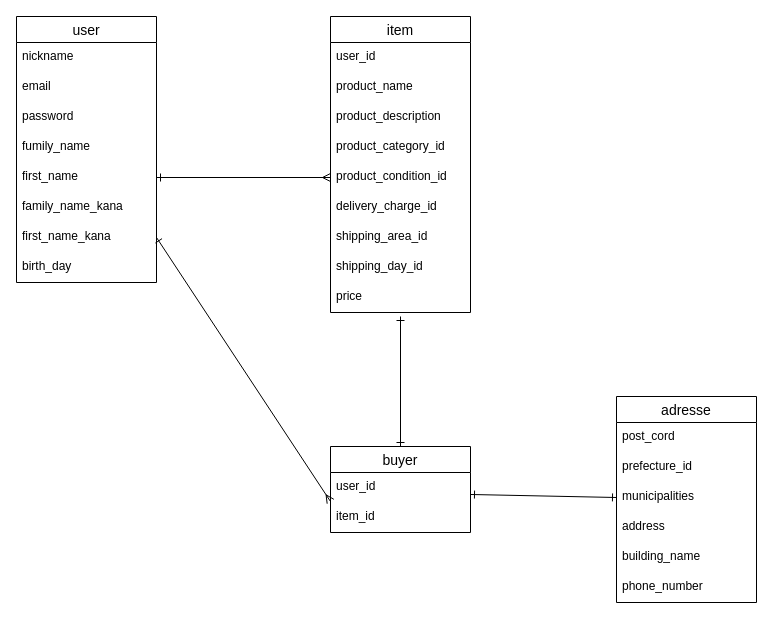
The draw.io diagram test.dio in tetsupon/furima-40328, before the edit. Source tidied: cells renumbered, new cells numbered last; positions are measured from the earlier drawing's top-left corner, leaving out a move shared by most shapes. Both pictures are drawn from the tidied source at 100%, with x=0, y=0 at pixel (16, 16).
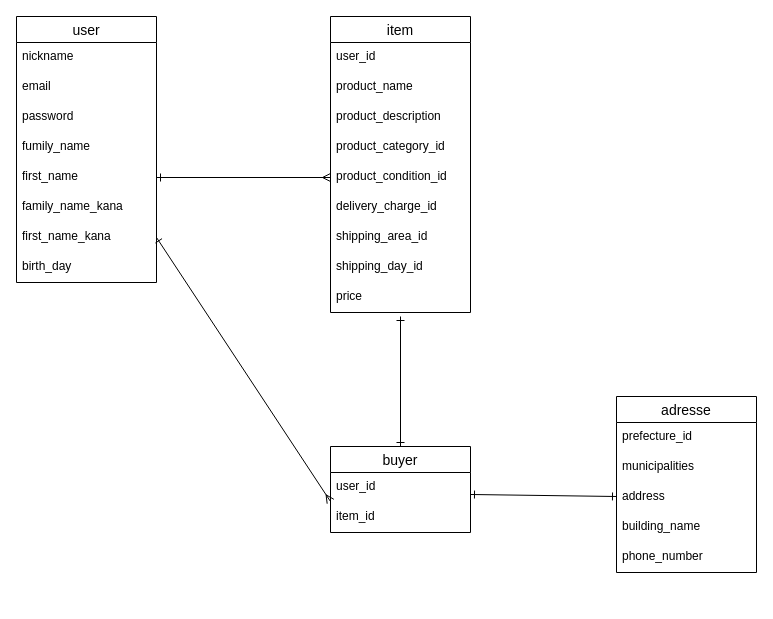
The same page after the edit.

Commit message (it also covers changes not shown here):
ER図・README修正

The change refers to these unchanged cells:
```xml
<mxCell id="23" value="user_id" style="text;strokeColor=none;fillColor=none;spacingLeft=4;spacingRight=4;overflow=hidden;points=[[0,0.5],[1,0.5]];portConstraint=eastwest;fontSize=12;" parent="22" vertex="1">
  <mxGeometry y="26" width="140" height="30" as="geometry" />
</mxCell>
```

The edit, as a diff of the source:
```diff
@@
     <mxCell id="25" value="adresse" style="swimlane;fontStyle=0;horizontal=1;startSize=26;align=center;fontSize=14;" parent="1" vertex="1">
-      <mxGeometry x="600" y="380" width="140" height="206" as="geometry" />
+      <mxGeometry x="600" y="380" width="140" height="176" as="geometry" />
     </mxCell>
-    <mxCell id="26" value="post_cord" style="text;strokeColor=none;fillColor=none;spacingLeft=4;spacingRight=4;overflow=hidden;fontSize=12;" parent="25" vertex="1">
-      <mxGeometry y="26" width="140" height="30" as="geometry" />
-    </mxCell>
     <mxCell id="27" value="prefecture_id" style="text;strokeColor=none;fillColor=none;spacingLeft=4;spacingRight=4;overflow=hidden;fontSize=12;" parent="25" vertex="1">
-      <mxGeometry y="56" width="140" height="30" as="geometry" />
+      <mxGeometry y="26" width="140" height="30" as="geometry" />
     </mxCell>
     <mxCell id="28" value="municipalities" style="text;strokeColor=none;fillColor=none;spacingLeft=4;spacingRight=4;overflow=hidden;points=[[0,0.5],[1,0.5]];portConstraint=eastwest;fontSize=12;" parent="25" vertex="1">
-      <mxGeometry y="86" width="140" height="30" as="geometry" />
+      <mxGeometry y="56" width="140" height="30" as="geometry" />
     </mxCell>
     <mxCell id="29" value="address" style="text;strokeColor=none;fillColor=none;spacingLeft=4;spacingRight=4;overflow=hidden;points=[[0,0.5],[1,0.5]];portConstraint=eastwest;fontSize=12;" parent="25" vertex="1">
-      <mxGeometry y="116" width="140" height="30" as="geometry" />
+      <mxGeometry y="86" width="140" height="30" as="geometry" />
     </mxCell>
     <mxCell id="30" value="building_name" style="text;strokeColor=none;fillColor=none;spacingLeft=4;spacingRight=4;overflow=hidden;fontSize=12;" parent="25" vertex="1">
-      <mxGeometry y="146" width="140" height="30" as="geometry" />
+      <mxGeometry y="116" width="140" height="30" as="geometry" />
     </mxCell>
     <mxCell id="31" value="phone_number" style="text;strokeColor=none;fillColor=none;spacingLeft=4;spacingRight=4;overflow=hidden;fontSize=12;" parent="25" vertex="1">
-      <mxGeometry y="176" width="140" height="30" as="geometry" />
+      <mxGeometry y="146" width="140" height="30" as="geometry" />
     </mxCell>
-    <mxCell id="32" style="fontSize=12;html=1;endArrow=ERone;endFill=0;strokeColor=default;exitX=1;exitY=0.733;exitDx=0;exitDy=0;exitPerimeter=0;startArrow=ERone;startFill=0;entryX=0;entryY=0.5;entryDx=0;entryDy=0;" parent="1" edge="1" source="23" target="28">
+    <mxCell id="32" style="fontSize=12;html=1;endArrow=ERone;endFill=0;strokeColor=default;exitX=1;exitY=0.733;exitDx=0;exitDy=0;exitPerimeter=0;startArrow=ERone;startFill=0;entryX=0;entryY=0.467;entryDx=0;entryDy=0;entryPerimeter=0;" parent="1" edge="1" source="23" target="29">
       <mxGeometry relative="1" as="geometry" />
     </mxCell>
```
